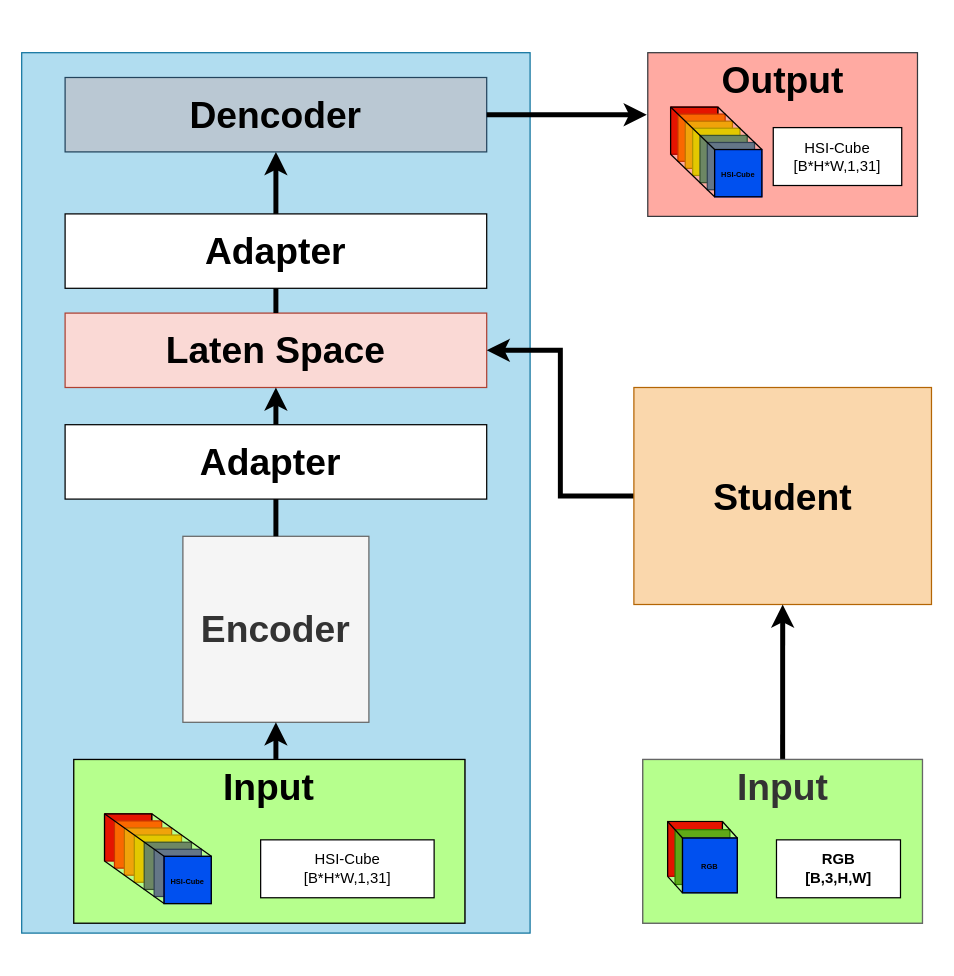
Kevb-source/diagramms.net keeps this draw.io diagram as LAB_TSM_v2.drawio. Above is the earlier version. Source tidied: cells renumbered, new cells numbered last; positions are measured from the earlier drawing's top-left corner, leaving out a move shared by most shapes. Both pictures are drawn from the tidied source at 124%, with x=0, y=0 at pixel (21, 52).
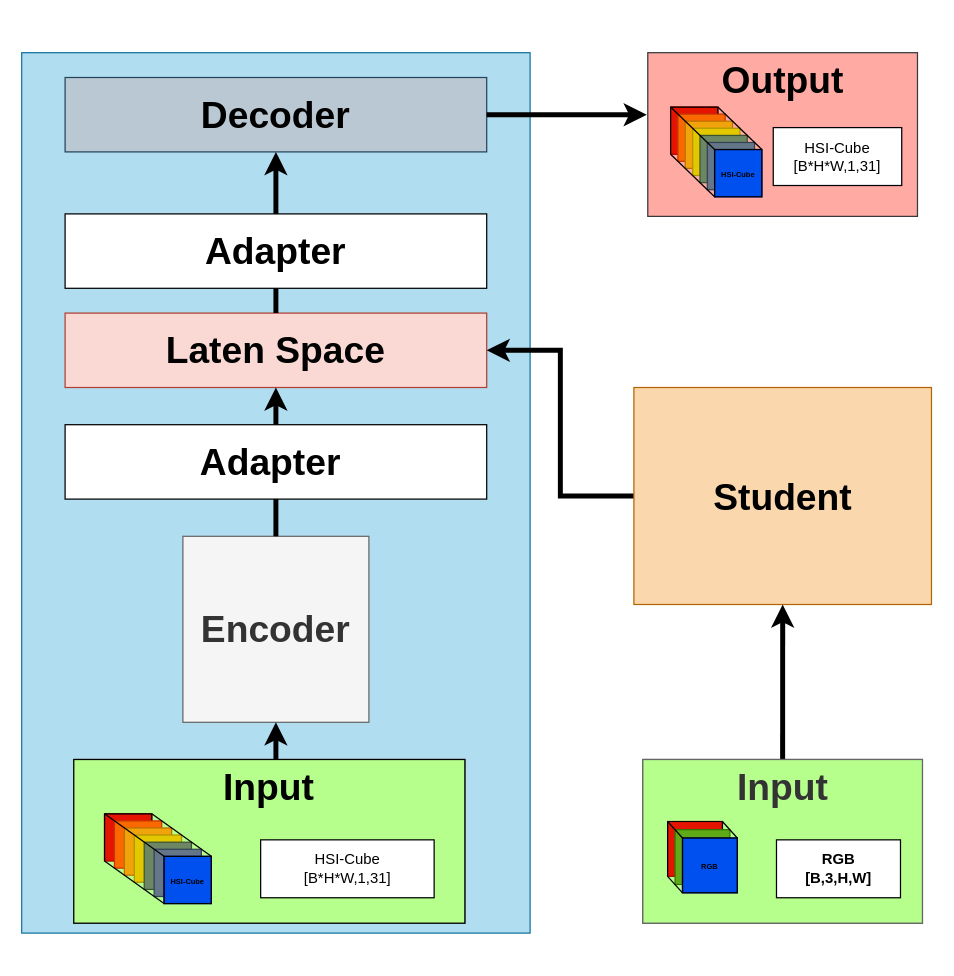
After the change.

The edit, as a diff of the source:
```diff
@@
-    <mxCell id="4" value="&lt;font style=&quot;font-size: 30px;&quot;&gt;Dencoder&lt;/font&gt;" style="rounded=0;whiteSpace=wrap;html=1;fontStyle=1;fillColor=#bac8d3;strokeColor=#23445d;" parent="1" vertex="1">
+    <mxCell id="4" value="&lt;font style=&quot;font-size: 30px;&quot;&gt;Decoder&lt;/font&gt;" style="rounded=0;whiteSpace=wrap;html=1;fontStyle=1;fillColor=#bac8d3;strokeColor=#23445d;" parent="1" vertex="1">
       <mxGeometry x="35" y="20" width="340" height="60" as="geometry" />
     </mxCell>
```
